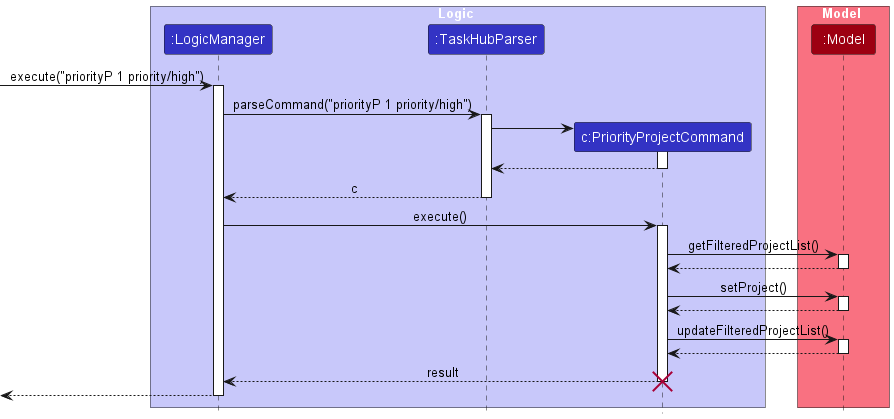
Before: docs/images/PriorityPSequenceDiagram.png, a diagram exported from PlantUML (rayyan35p/tp). The source it was exported from:
```plantuml
@startuml
!include style.puml
skinparam ArrowFontStyle plain

box Logic LOGIC_COLOR_T1
participant ":LogicManager" as LogicManager LOGIC_COLOR
participant ":TaskHubParser" as TaskHubParser LOGIC_COLOR
participant "c:PriorityProjectCommand" as PriorityProjectCommand LOGIC_COLOR
end box

box Model MODEL_COLOR_T1
participant ":Model" as Model MODEL_COLOR
end box
[-> LogicManager : execute("priorityP 1 priority/high")
activate LogicManager

LogicManager -> TaskHubParser : parseCommand("priorityP 1 priority/high")
activate TaskHubParser

create PriorityProjectCommand
TaskHubParser -> PriorityProjectCommand
activate PriorityProjectCommand

PriorityProjectCommand --> TaskHubParser
deactivate PriorityProjectCommand

TaskHubParser --> LogicManager : c
deactivate TaskHubParser

LogicManager -> PriorityProjectCommand : execute()
activate PriorityProjectCommand

PriorityProjectCommand -> Model : getFilteredProjectList()
activate Model

Model --> PriorityProjectCommand
deactivate Model

PriorityProjectCommand -> Model : setProject()
activate Model

Model --> PriorityProjectCommand
deactivate Model

PriorityProjectCommand -> Model : updateFilteredProjectList()
activate Model

Model --> PriorityProjectCommand
deactivate Model

PriorityProjectCommand --> LogicManager : result
destroy PriorityProjectCommand

[<--LogicManager
deactivate LogicManager
@enduml
```
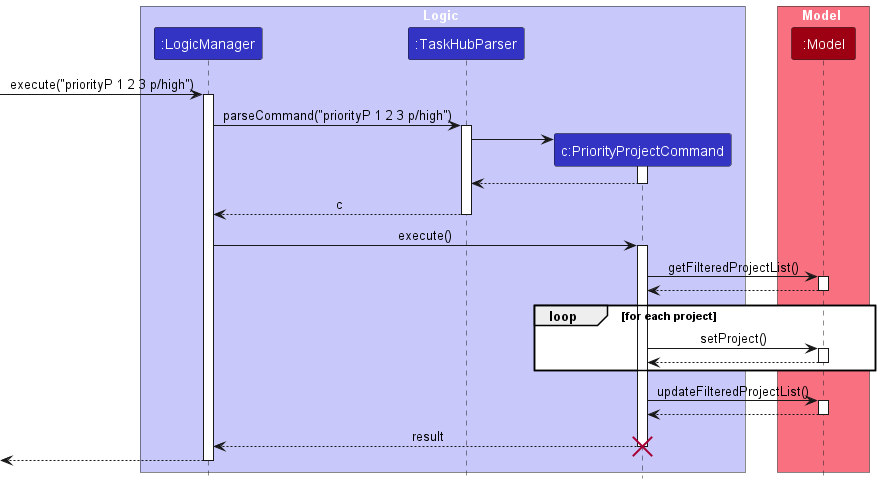
The same file after the commit.

Commit message:
Update priorityP sequence diagrams in DG

What changed in the source:
```diff
@@ -11,10 +11,10 @@
 box Model MODEL_COLOR_T1
 participant ":Model" as Model MODEL_COLOR
 end box
-[-> LogicManager : execute("priorityP 1 priority/high")
+[-> LogicManager : execute("priorityP 1 2 3 p/high")
 activate LogicManager
 
-LogicManager -> TaskHubParser : parseCommand("priorityP 1 priority/high")
+LogicManager -> TaskHubParser : parseCommand("priorityP 1 2 3 p/high")
 activate TaskHubParser
 
 create PriorityProjectCommand
@@ -36,11 +36,13 @@
 Model --> PriorityProjectCommand
 deactivate Model
 
+loop for each project
 PriorityProjectCommand -> Model : setProject()
 activate Model
 
 Model --> PriorityProjectCommand
 deactivate Model
+end
 
 PriorityProjectCommand -> Model : updateFilteredProjectList()
 activate Model
```
